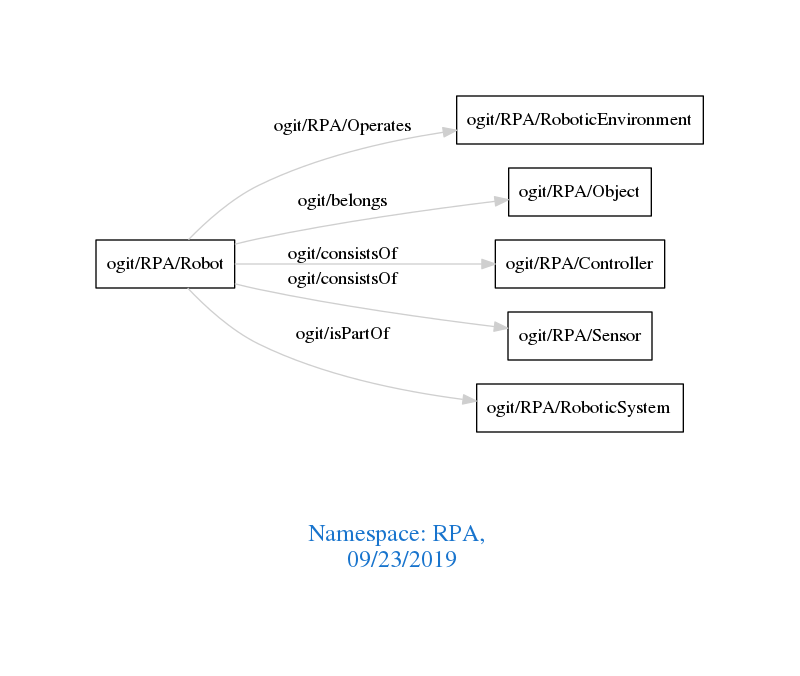
arago/OGIT keeps this Graphviz diagram as downloads/RPA.png. Above is the earlier version. Its source is kept beside it as downloads/RPA.dot.
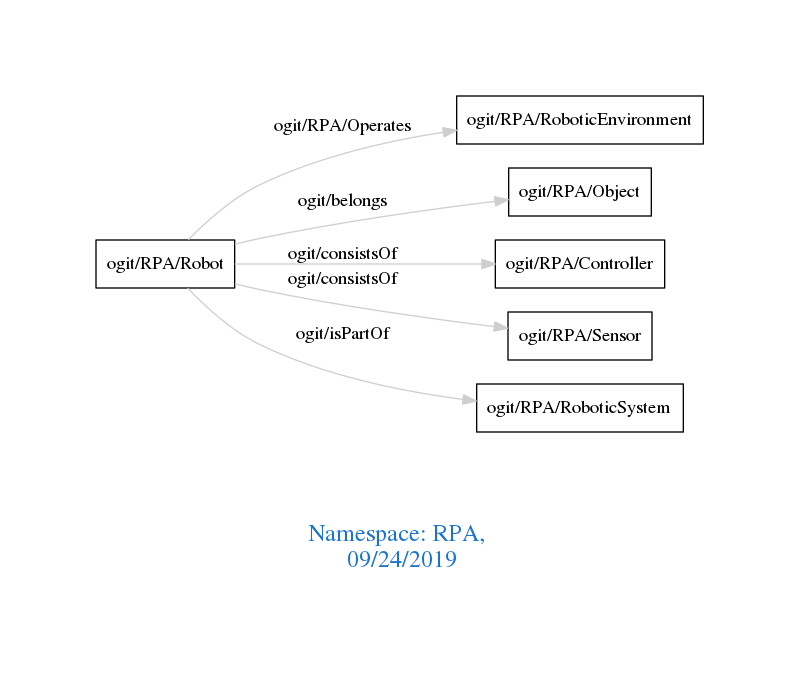
Above is the later version.

Diff of the diagram source:
```diff
@@ -1,7 +1,7 @@
 digraph OGIT_ontology {
  graph [ rankdir= LR,pad=1
 fontsize = 18,
-fontcolor= dodgerblue3,label = "\n\n\nNamespace: RPA, \n 09/23/2019"];
+fontcolor= dodgerblue3,label = "\n\n\nNamespace: RPA, \n 09/24/2019"];
 node[shape=polygon];
 edge [  color="gray81"];
 
```
